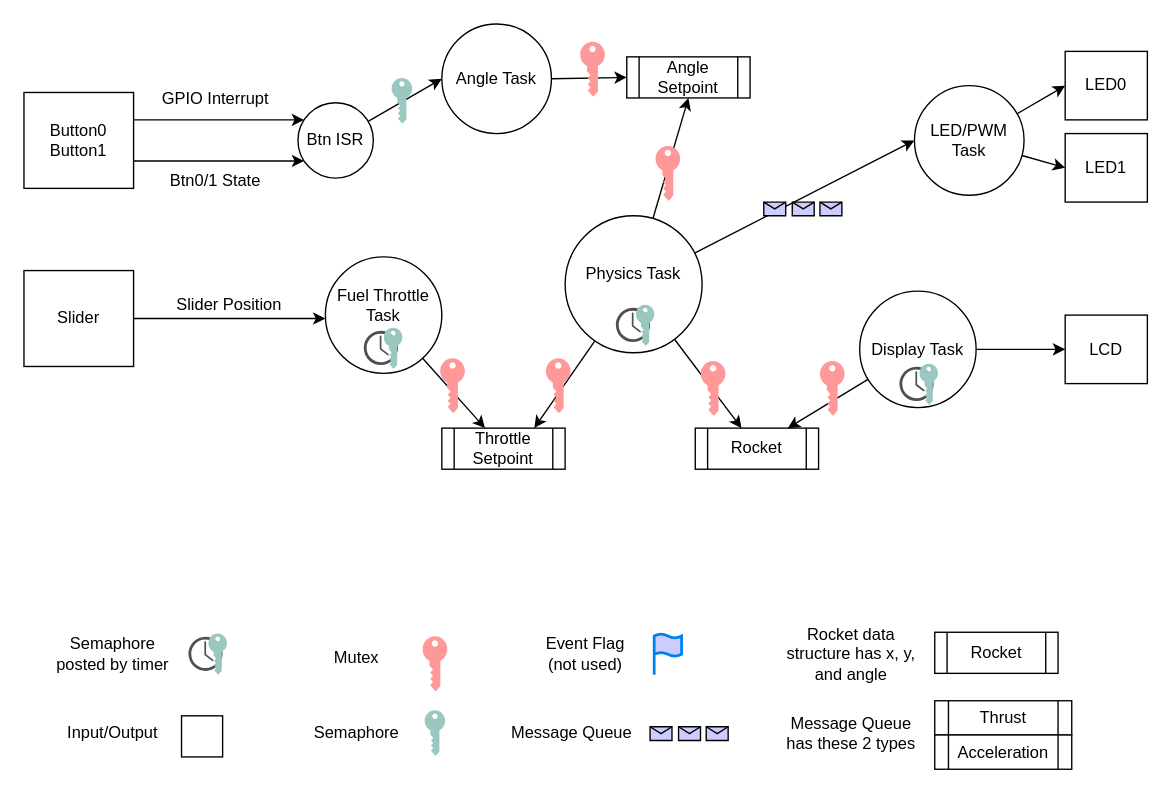
Above: rtos_task_diagram.drawio in MaxPettit/RTOS_Final_Project_Max_Pettit (draw.io), before the change. Source tidied: cells renumbered, new cells numbered last; positions are measured from the earlier drawing's top-left corner, leaving out a move shared by most shapes. Both pictures are drawn from the tidied source at 137%, with x=0, y=0 at pixel (23, 23).
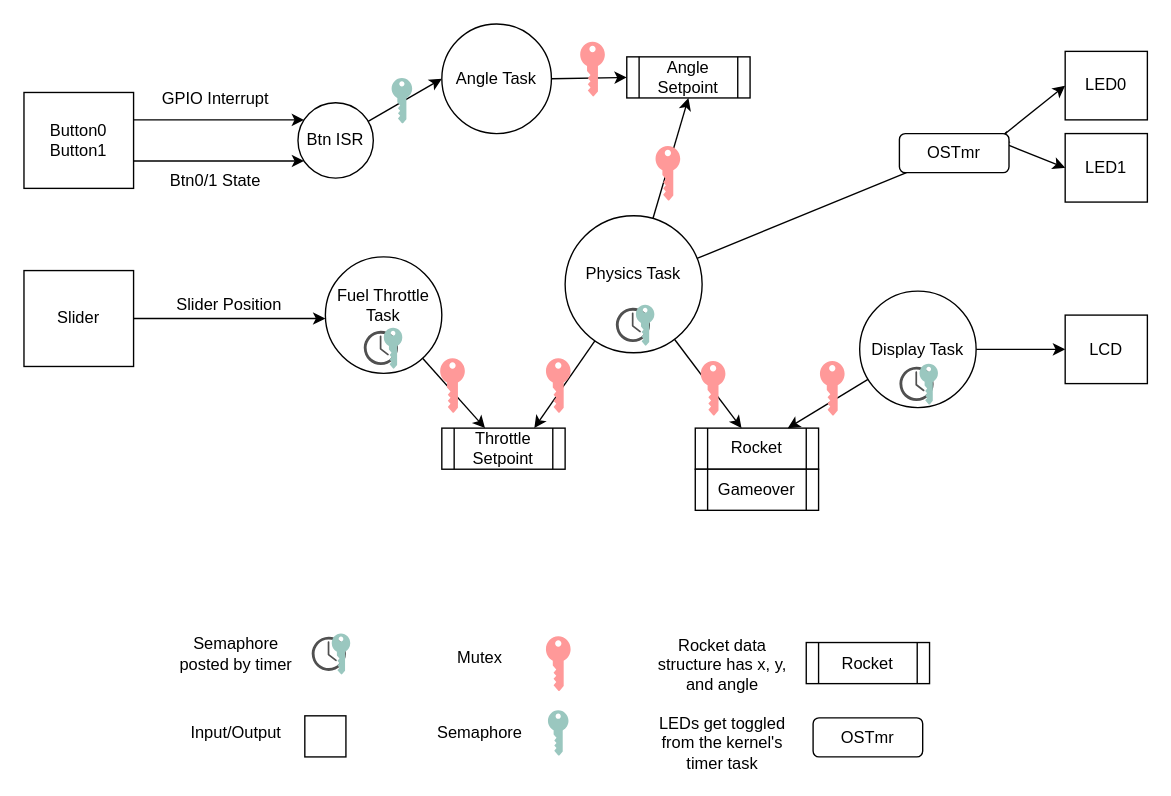
The same page after the edit.

The change refers to these unchanged cells:
```xml
<mxCell id="2" value="Physics Task&lt;br&gt;&amp;nbsp;" style="ellipse;whiteSpace=wrap;html=1;" parent="1" vertex="1">
  <mxGeometry x="395" y="140" width="100" height="100" as="geometry" />
</mxCell>
<mxCell id="14" value="LED1" style="rounded=0;whiteSpace=wrap;html=1;" parent="1" vertex="1">
  <mxGeometry x="760" y="80" width="60" height="50" as="geometry" />
</mxCell>
<mxCell id="15" value="LED0" style="rounded=0;whiteSpace=wrap;html=1;" parent="1" vertex="1">
  <mxGeometry x="760" y="20" width="60" height="50" as="geometry" />
</mxCell>
```

Diff of the diagram source:
```diff
@@
-    <mxCell id="21" style="edgeStyle=none;rounded=0;jettySize=auto;html=1;entryX=0;entryY=0.5;entryDx=0;entryDy=0;" parent="1" edge="1" source="23" target="15">
-      <mxGeometry relative="1" as="geometry" />
+    <mxCell id="21" style="edgeStyle=none;rounded=0;jettySize=auto;html=1;entryX=0;entryY=0.5;entryDx=0;entryDy=0;" parent="1" edge="1" target="15">
+      <mxGeometry relative="1" as="geometry">
+        <mxPoint x="710" y="85" as="sourcePoint" />
+      </mxGeometry>
     </mxCell>
-    <mxCell id="22" style="edgeStyle=none;rounded=0;jettySize=auto;html=1;entryX=0;entryY=0.5;entryDx=0;entryDy=0;" parent="1" edge="1" source="23" target="14">
-      <mxGeometry relative="1" as="geometry" />
+    <mxCell id="22" style="edgeStyle=none;rounded=0;jettySize=auto;html=1;entryX=0;entryY=0.5;entryDx=0;entryDy=0;" parent="1" edge="1" target="14">
+      <mxGeometry relative="1" as="geometry">
+        <mxPoint x="710" y="85" as="sourcePoint" />
+      </mxGeometry>
     </mxCell>
-    <mxCell id="23" value="LED/PWM Task" style="ellipse;whiteSpace=wrap;html=1;" parent="1" vertex="1">
-      <mxGeometry x="650" y="45" width="80" height="80" as="geometry" />
-    </mxCell>
@@
     <mxCell id="37" style="verticalLabelPosition=bottom;sketch=0;html=1;verticalAlign=top;align=center;shape=mxgraph.cisco19.key;fillColor=#FF9999;strokeColor=none;rotation=90;" parent="1" vertex="1">
-      <mxGeometry x="280" y="458" width="40" height="18" as="geometry" />
+      <mxGeometry x="370" y="458" width="40" height="18" as="geometry" />
     </mxCell>
     <mxCell id="38" style="verticalLabelPosition=bottom;sketch=0;html=1;verticalAlign=top;align=center;shape=mxgraph.cisco19.key;fillColor=#9AC7BF;strokeColor=none;rotation=90;" parent="1" vertex="1">
-      <mxGeometry x="283.3" y="510" width="33.3" height="15" as="geometry" />
+      <mxGeometry x="373.3" y="510" width="33.3" height="15" as="geometry" />
     </mxCell>
-    <mxCell id="39" style="html=1;verticalLabelPosition=bottom;align=center;labelBackgroundColor=#ffffff;verticalAlign=top;strokeWidth=2;strokeColor=#0080F0;shadow=0;dashed=0;shape=mxgraph.ios7.icons.flag;fillColor=#CCCCFF;" parent="1" vertex="1">
-      <mxGeometry x="460" y="445" width="20" height="30" as="geometry" />
-    </mxCell>
-    <mxCell id="40" style="group;" parent="1" vertex="1">
-      <mxGeometry x="664.8" y="494" width="100" height="50" as="geometry" />
-    </mxCell>
-    <mxCell id="41" value="Thrust" style="shape=process;whiteSpace=wrap;html=1;backgroundOutline=1;" parent="40" vertex="1">
-      <mxGeometry width="100" height="25" as="geometry" />
-    </mxCell>
-    <mxCell id="42" value="Acceleration" style="shape=process;whiteSpace=wrap;html=1;backgroundOutline=1;" parent="40" vertex="1">
-      <mxGeometry y="25" width="100" height="25" as="geometry" />
-    </mxCell>
     <mxCell id="43" value="Rocket" style="shape=process;whiteSpace=wrap;html=1;backgroundOutline=1;" parent="1" vertex="1">
-      <mxGeometry x="664.8" y="444" width="90" height="30" as="geometry" />
+      <mxGeometry x="571" y="451.5" width="90" height="30" as="geometry" />
     </mxCell>
     <mxCell id="44" style="whiteSpace=wrap;html=1;" parent="1" vertex="1">
-      <mxGeometry x="115" y="505" width="30" height="30" as="geometry" />
+      <mxGeometry x="205" y="505" width="30" height="30" as="geometry" />
     </mxCell>
-    <mxCell id="45" style="edgeStyle=none;rounded=0;jettySize=auto;html=1;entryX=0;entryY=0.5;entryDx=0;entryDy=0;" parent="1" edge="1" source="2" target="23">
-      <mxGeometry relative="1" as="geometry" />
+    <mxCell id="45" style="edgeStyle=none;rounded=0;jettySize=auto;html=1;startArrow=none;" parent="1" edge="1" source="79">
+      <mxGeometry relative="1" as="geometry">
+        <mxPoint x="710" y="85" as="targetPoint" />
+      </mxGeometry>
     </mxCell>
-    <mxCell id="46" style="group;" parent="1" vertex="1">
-      <mxGeometry x="457" y="513" width="57" height="10" as="geometry" />
-    </mxCell>
-    <mxCell id="47" style="group;" parent="46" vertex="1">
-      <mxGeometry x="19.7" width="37.3" height="10" as="geometry" />
-    </mxCell>
-    <mxCell id="48" style="shape=message;html=1;whiteSpace=wrap;html=1;fillColor=#CCCCFF;" parent="47" vertex="1">
-      <mxGeometry x="21.3" width="16" height="10" as="geometry" />
-    </mxCell>
-    <mxCell id="49" style="shape=message;html=1;whiteSpace=wrap;html=1;fillColor=#CCCCFF;" parent="47" vertex="1">
-      <mxGeometry x="1.1" width="16" height="10" as="geometry" />
-    </mxCell>
-    <mxCell id="50" style="shape=message;html=1;whiteSpace=wrap;html=1;fillColor=#CCCCFF;" parent="46" vertex="1">
-      <mxGeometry width="16" height="10" as="geometry" />
-    </mxCell>
-    <mxCell id="51" style="group;" parent="1" vertex="1">
-      <mxGeometry x="540" y="130" width="57" height="10" as="geometry" />
-    </mxCell>
-    <mxCell id="52" style="group;" parent="51" vertex="1">
-      <mxGeometry x="19.7" width="37.3" height="10" as="geometry" />
-    </mxCell>
-    <mxCell id="53" style="shape=message;html=1;whiteSpace=wrap;html=1;fillColor=#CCCCFF;" parent="52" vertex="1">
-      <mxGeometry x="21.3" width="16" height="10" as="geometry" />
-    </mxCell>
-    <mxCell id="54" style="shape=message;html=1;whiteSpace=wrap;html=1;fillColor=#CCCCFF;" parent="52" vertex="1">
-      <mxGeometry x="1.1" width="16" height="10" as="geometry" />
-    </mxCell>
-    <mxCell id="55" style="shape=message;html=1;whiteSpace=wrap;html=1;fillColor=#CCCCFF;" parent="51" vertex="1">
-      <mxGeometry width="16" height="10" as="geometry" />
-    </mxCell>
     <mxCell id="56" value="Semaphore posted by timer" style="text;html=1;strokeColor=none;fillColor=none;align=center;verticalAlign=middle;whiteSpace=wrap;rounded=0;" parent="1" vertex="1">
-      <mxGeometry x="15" y="445" width="100" height="30" as="geometry" />
+      <mxGeometry x="105" y="445" width="100" height="30" as="geometry" />
     </mxCell>
     <mxCell id="57" value="Input/Output" style="text;html=1;strokeColor=none;fillColor=none;align=center;verticalAlign=middle;whiteSpace=wrap;rounded=0;" parent="1" vertex="1">
-      <mxGeometry x="15" y="503" width="100" height="30" as="geometry" />
+      <mxGeometry x="105" y="503" width="100" height="30" as="geometry" />
     </mxCell>
     <mxCell id="58" value="Mutex" style="text;html=1;strokeColor=none;fillColor=none;align=center;verticalAlign=middle;whiteSpace=wrap;rounded=0;" parent="1" vertex="1">
-      <mxGeometry x="192.5" y="447.5" width="100" height="30" as="geometry" />
+      <mxGeometry x="282.5" y="447.5" width="100" height="30" as="geometry" />
     </mxCell>
     <mxCell id="59" value="Semaphore" style="text;html=1;strokeColor=none;fillColor=none;align=center;verticalAlign=middle;whiteSpace=wrap;rounded=0;" parent="1" vertex="1">
-      <mxGeometry x="192.8" y="502.5" width="100" height="30" as="geometry" />
+      <mxGeometry x="282.8" y="502.5" width="100" height="30" as="geometry" />
     </mxCell>
-    <mxCell id="60" value="Event Flag&lt;br&gt;(not used)" style="text;html=1;strokeColor=none;fillColor=none;align=center;verticalAlign=middle;whiteSpace=wrap;rounded=0;" parent="1" vertex="1">
-      <mxGeometry x="360" y="445" width="100" height="30" as="geometry" />
-    </mxCell>
-    <mxCell id="61" value="Message Queue" style="text;html=1;strokeColor=none;fillColor=none;align=center;verticalAlign=middle;whiteSpace=wrap;rounded=0;" parent="1" vertex="1">
-      <mxGeometry x="350" y="502.5" width="100" height="30" as="geometry" />
-    </mxCell>
     <mxCell id="62" value="Rocket data structure has x, y, and angle" style="text;html=1;strokeColor=none;fillColor=none;align=center;verticalAlign=middle;whiteSpace=wrap;rounded=0;" parent="1" vertex="1">
-      <mxGeometry x="554" y="445" width="100" height="30" as="geometry" />
+      <mxGeometry x="460.2" y="452.5" width="100" height="30" as="geometry" />
     </mxCell>
-    <mxCell id="63" value="Message Queue has these 2 types" style="text;html=1;strokeColor=none;fillColor=none;align=center;verticalAlign=middle;whiteSpace=wrap;rounded=0;" parent="1" vertex="1">
-      <mxGeometry x="554" y="502.5" width="100" height="30" as="geometry" />
-    </mxCell>
@@
     <mxCell id="68" style="group;" parent="1" vertex="1">
-      <mxGeometry x="120" y="445" width="28.2" height="30" as="geometry" />
+      <mxGeometry x="210" y="445" width="28.2" height="30" as="geometry" />
     </mxCell>
@@
+    <mxCell id="78" value="Gameover" style="shape=process;whiteSpace=wrap;html=1;backgroundOutline=1;" parent="1" vertex="1">
+      <mxGeometry x="490" y="325" width="90" height="30" as="geometry" />
+    </mxCell>
+    <mxCell id="79" value="OSTmr" style="rounded=1;whiteSpace=wrap;html=1;" parent="1" vertex="1">
+      <mxGeometry x="639" y="80" width="80" height="28.5" as="geometry" />
+    </mxCell>
+    <mxCell id="80" style="edgeStyle=none;rounded=0;jettySize=auto;html=1;endArrow=none;" parent="1" edge="1" source="2" target="79">
+      <mxGeometry relative="1" as="geometry" />
+    </mxCell>
+    <mxCell id="81" value="OSTmr" style="rounded=1;whiteSpace=wrap;html=1;" parent="1" vertex="1">
+      <mxGeometry x="576" y="506.5" width="80" height="28.5" as="geometry" />
+    </mxCell>
+    <mxCell id="82" value="LEDs get toggled from the kernel's timer task" style="text;html=1;strokeColor=none;fillColor=none;align=center;verticalAlign=middle;whiteSpace=wrap;rounded=0;" parent="1" vertex="1">
+      <mxGeometry x="460.2" y="510" width="99.8" height="30" as="geometry" />
+    </mxCell>
```
